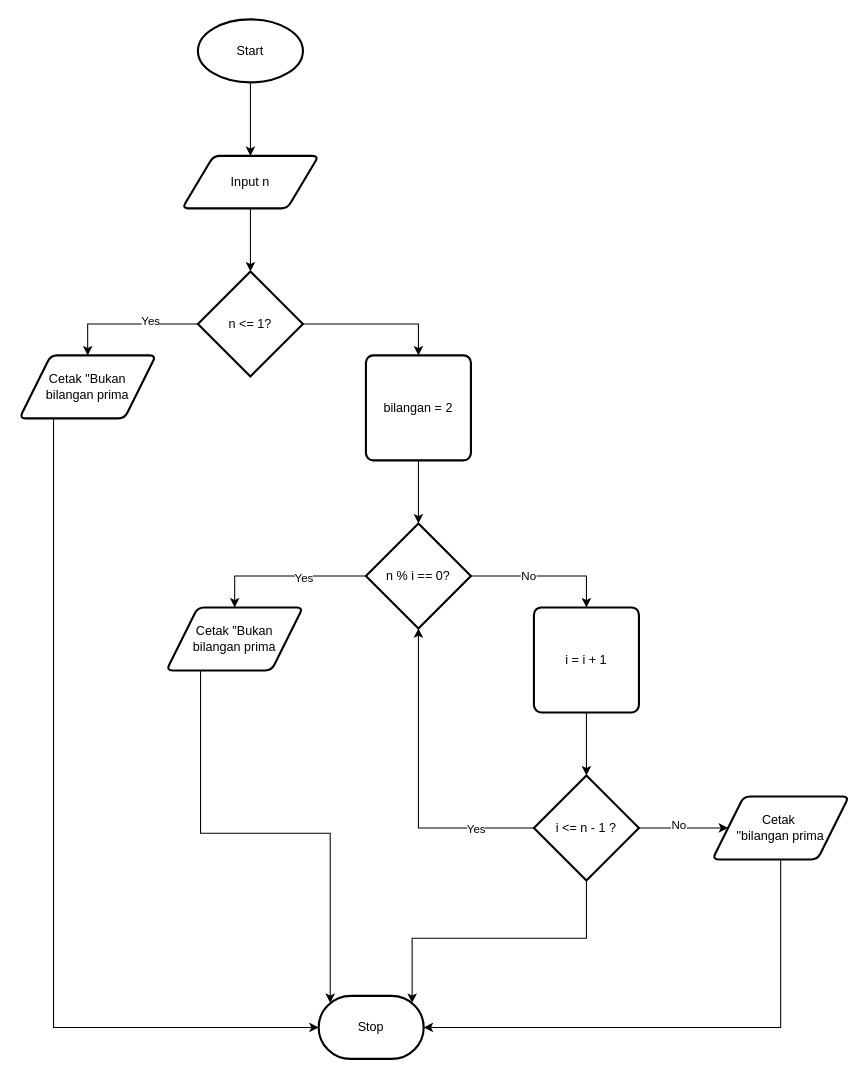
Iwakk225/Folder-Tugas-Pemrograman keeps this draw.io diagram as page "Tugas 3" (3 of 6) of Pemrograman/pemrograman6/Tugas.drawio. Above is the earlier version. Source tidied: cells renumbered, new cells numbered last; positions are measured from the earlier drawing's top-left corner, leaving out a move shared by most shapes. Both pictures are drawn from the tidied source at 105%, with x=0, y=0 at pixel (19, 19).
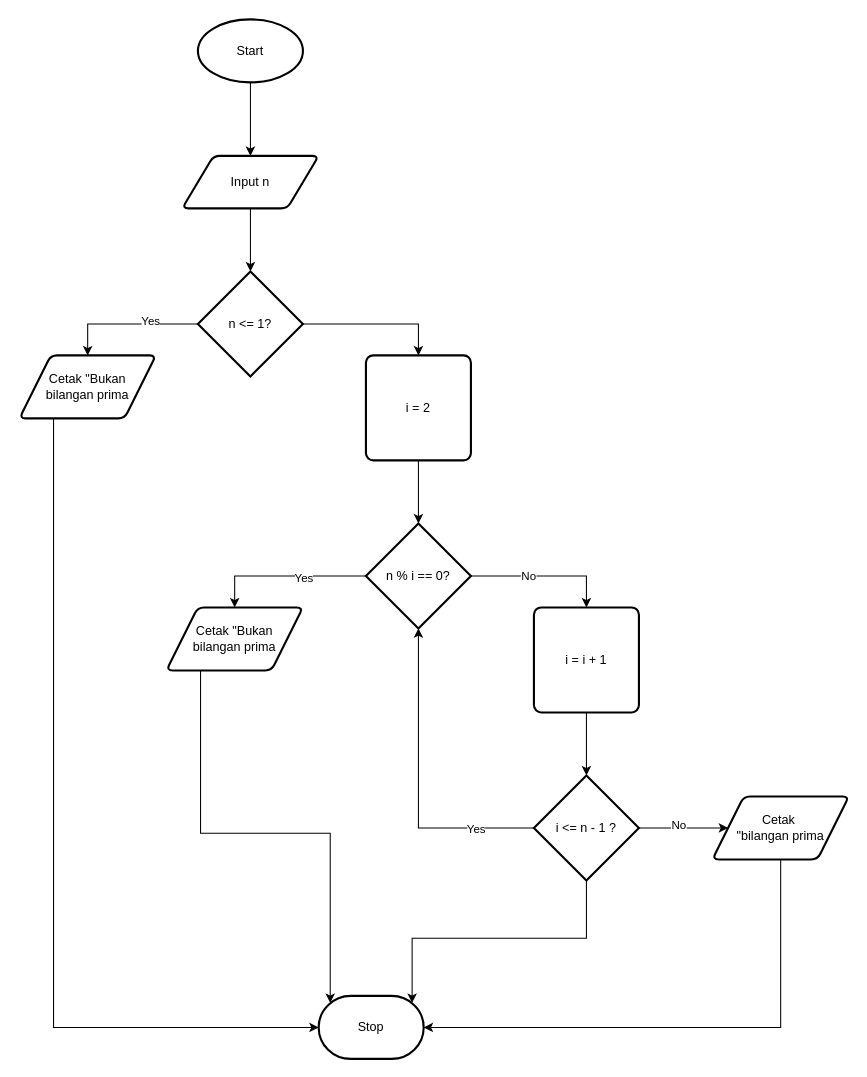
After the change.

Change to the diagram source:
```diff
@@
-    <mxCell id="12" value="bilangan = 2" style="rounded=1;whiteSpace=wrap;html=1;absoluteArcSize=1;arcSize=14;strokeWidth=2;" parent="1" vertex="1">
+    <mxCell id="12" value="i = 2" style="rounded=1;whiteSpace=wrap;html=1;absoluteArcSize=1;arcSize=14;strokeWidth=2;" parent="1" vertex="1">
       <mxGeometry x="330" y="320" width="100" height="100" as="geometry" />
     </mxCell>
```
